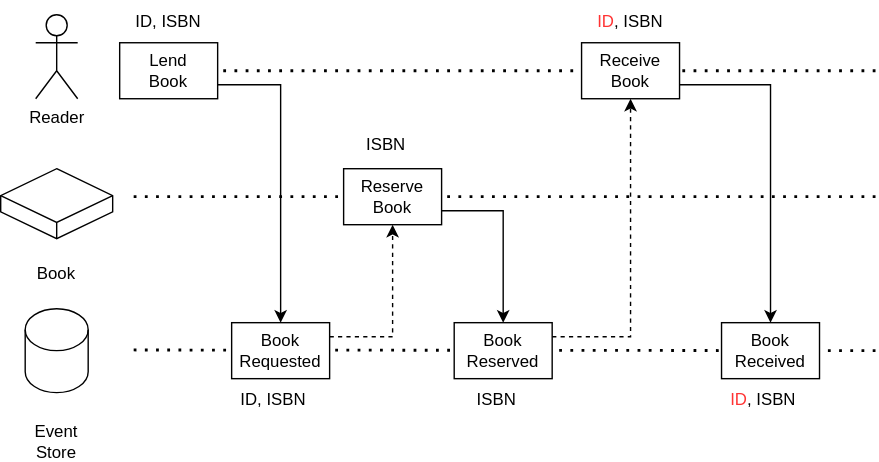
Before: implementing-sagas/diagrams/naive-solution.svg, a diagram exported from draw.io (open-cqrs/opencqrs-samples). Source tidied: cells renumbered, new cells last; positions are measured from the earlier drawing's top-left corner, leaving out a move shared by most shapes.
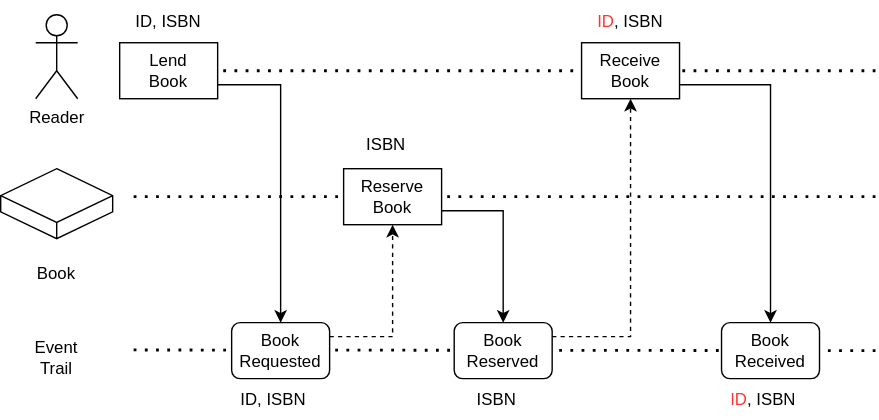
Above is the later version.

The edit, as a diff of the source:
```diff
@@ -23,17 +23,14 @@
         <mxPoint x="625" y="50" as="targetPoint" />
       </mxGeometry>
     </mxCell>
-    <mxCell id="7" style="shape=cylinder3;whiteSpace=wrap;html=1;boundedLbl=1;backgroundOutline=1;size=15;" parent="1" vertex="1">
-      <mxGeometry x="17.5" y="220" width="45" height="60" as="geometry" />
-    </mxCell>
     <mxCell id="8" style="endArrow=none;dashed=1;html=1;dashPattern=1 3;strokeWidth=2;rounded=0;" parent="1" edge="1">
       <mxGeometry relative="1" as="geometry">
         <mxPoint x="95" y="249.5" as="sourcePoint" />
         <mxPoint x="625" y="250" as="targetPoint" />
       </mxGeometry>
     </mxCell>
-    <mxCell id="9" value="Event&lt;br&gt;Store" style="text;html=1;align=center;verticalAlign=middle;whiteSpace=wrap;rounded=0;" parent="1" vertex="1">
-      <mxGeometry x="10" y="300" width="60" height="30" as="geometry" />
+    <mxCell id="9" value="Event&lt;br&gt;Trail" style="text;html=1;align=center;verticalAlign=middle;whiteSpace=wrap;rounded=0;" parent="1" vertex="1">
+      <mxGeometry x="10" y="240" width="60" height="30" as="geometry" />
     </mxCell>
     <mxCell id="10" value="Commands &amp; Events" parent="0" />
     <mxCell id="11" style="edgeStyle=orthogonalEdgeStyle;rounded=0;jettySize=auto;html=1;exitX=1;exitY=0.75;exitDx=0;exitDy=0;" parent="10" edge="1" source="12" target="14">
@@ -45,7 +42,7 @@
     <mxCell id="13" style="edgeStyle=orthogonalEdgeStyle;rounded=0;jettySize=auto;html=1;exitX=1;exitY=0.25;exitDx=0;exitDy=0;entryX=0.5;entryY=1;entryDx=0;entryDy=0;dashed=1;" parent="10" edge="1" source="14" target="16">
       <mxGeometry relative="1" as="geometry" />
     </mxCell>
-    <mxCell id="14" value="Book&lt;br&gt;Requested" style="rounded=0;whiteSpace=wrap;html=1;" parent="10" vertex="1">
+    <mxCell id="14" value="Book&lt;br&gt;Requested" style="rounded=1;whiteSpace=wrap;html=1;" parent="10" vertex="1">
       <mxGeometry x="165" y="230" width="70" height="40" as="geometry" />
     </mxCell>
     <mxCell id="15" style="edgeStyle=orthogonalEdgeStyle;rounded=0;jettySize=auto;html=1;exitX=1;exitY=0.75;exitDx=0;exitDy=0;entryX=0.5;entryY=0;entryDx=0;entryDy=0;" parent="10" edge="1" source="16" target="18">
@@ -57,7 +54,7 @@
     <mxCell id="17" style="edgeStyle=orthogonalEdgeStyle;rounded=0;jettySize=auto;html=1;exitX=1;exitY=0.25;exitDx=0;exitDy=0;entryX=0.5;entryY=1;entryDx=0;entryDy=0;dashed=1;" parent="10" edge="1" source="18" target="20">
       <mxGeometry relative="1" as="geometry" />
     </mxCell>
-    <mxCell id="18" value="Book&lt;br&gt;Reserved" style="rounded=0;whiteSpace=wrap;html=1;" parent="10" vertex="1">
+    <mxCell id="18" value="Book&lt;br&gt;Reserved" style="rounded=1;whiteSpace=wrap;html=1;" parent="10" vertex="1">
       <mxGeometry x="324" y="230" width="70" height="40" as="geometry" />
     </mxCell>
     <mxCell id="19" style="edgeStyle=orthogonalEdgeStyle;rounded=0;jettySize=auto;html=1;exitX=1;exitY=0.75;exitDx=0;exitDy=0;" parent="10" edge="1" source="20" target="21">
@@ -66,7 +63,7 @@
     <mxCell id="20" value="Receive&lt;br&gt;Book" style="rounded=0;whiteSpace=wrap;html=1;" parent="10" vertex="1">
       <mxGeometry x="415" y="30" width="70" height="40" as="geometry" />
     </mxCell>
-    <mxCell id="21" value="Book&lt;br&gt;&lt;div&gt;Received&lt;/div&gt;" style="rounded=0;whiteSpace=wrap;html=1;" parent="10" vertex="1">
+    <mxCell id="21" value="Book&lt;br&gt;&lt;div&gt;Received&lt;/div&gt;" style="rounded=1;whiteSpace=wrap;html=1;" parent="10" vertex="1">
       <mxGeometry x="515" y="230" width="70" height="40" as="geometry" />
     </mxCell>
     <mxCell id="22" value="ID, ISBN" style="text;html=1;align=center;verticalAlign=middle;whiteSpace=wrap;rounded=0;" parent="10" vertex="1">
```
